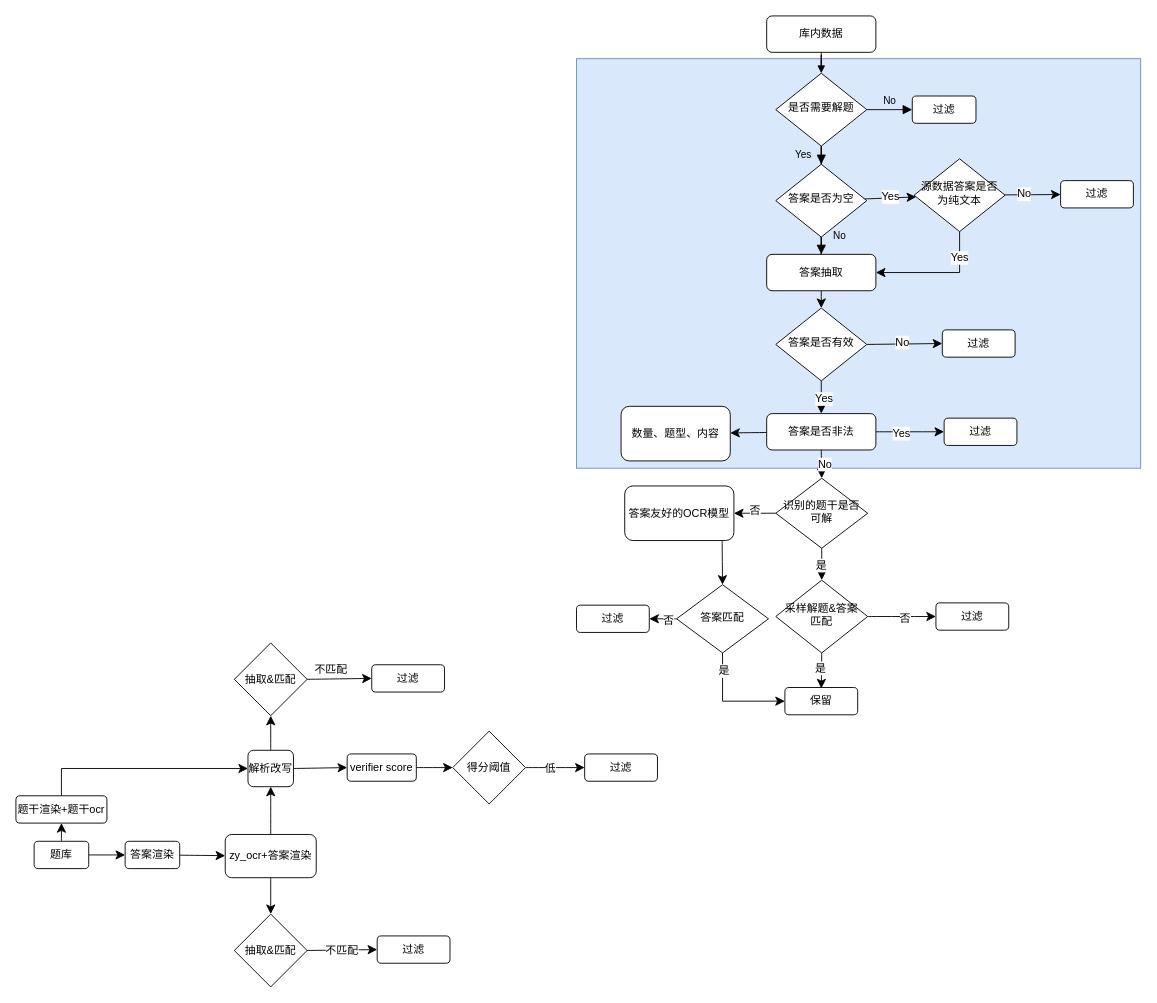
This is pics/t.drawio from QinHsiu/plot_demo, a draw.io file, before an edit. Source tidied: cells renumbered, new cells numbered last; positions are measured from the earlier drawing's top-left corner, leaving out a move shared by most shapes. Both pictures are drawn from the tidied source at 91%, with x=0, y=0 at pixel (15, 15).
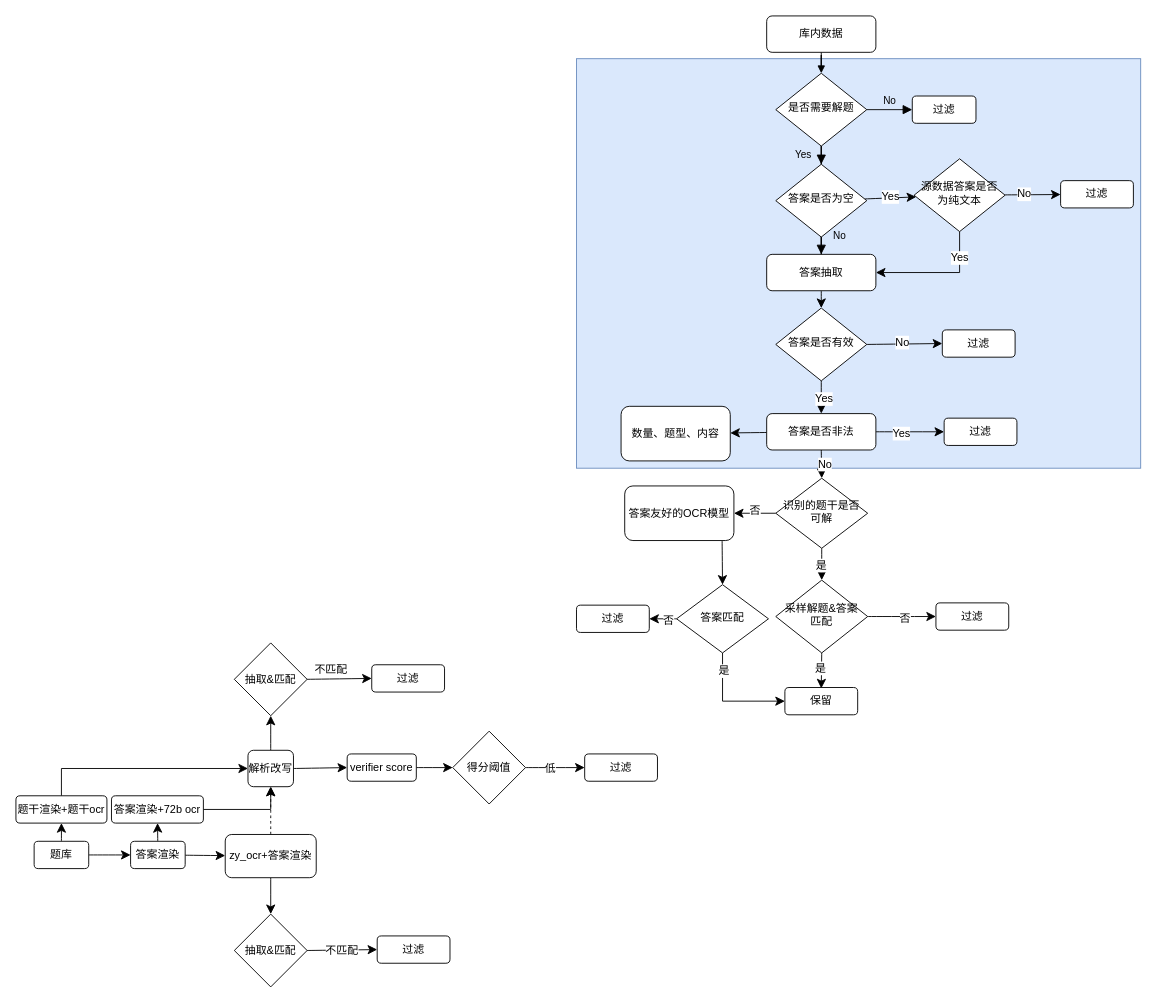
The same page after the edit.

The change refers to these unchanged cells:
```xml
<mxCell id="62" value="zy_ocr+答案渲染" style="whiteSpace=wrap;html=1;rounded=1;" parent="1" vertex="1">
  <mxGeometry x="230" y="899.5" width="100" height="47.5" as="geometry" />
</mxCell>
<mxCell id="67" value="解析改写" style="rounded=1;whiteSpace=wrap;html=1;" parent="1" vertex="1">
  <mxGeometry x="255" y="807" width="50" height="40" as="geometry" />
</mxCell>
```

What changed in the source:
```diff
@@
+    <mxCell id="82" style="edgeStyle=none;curved=1;rounded=0;jettySize=auto;html=1;fontSize=12;startSize=8;endSize=8;" parent="1" edge="1" source="59" target="84">
+      <mxGeometry relative="1" as="geometry" />
+    </mxCell>
     <mxCell id="59" value="答案渲染" style="rounded=1;whiteSpace=wrap;html=1;" parent="1" vertex="1">
-      <mxGeometry x="120" y="907" width="60" height="30" as="geometry" />
+      <mxGeometry x="126" y="907" width="60" height="30" as="geometry" />
     </mxCell>
-    <mxCell id="60" style="edgeStyle=none;curved=1;rounded=0;jettySize=auto;html=1;exitX=0.5;exitY=0;exitDx=0;exitDy=0;entryX=0.5;entryY=1;entryDx=0;entryDy=0;fontSize=12;startSize=8;endSize=8;" parent="1" edge="1" source="62" target="67">
+    <mxCell id="60" style="edgeStyle=orthogonalEdgeStyle;rounded=0;jettySize=auto;html=1;exitX=1;exitY=0.5;exitDx=0;exitDy=0;entryX=0.5;entryY=1;entryDx=0;entryDy=0;fontSize=12;startSize=8;endSize=8;" parent="1" edge="1" source="84" target="67">
       <mxGeometry relative="1" as="geometry" />
     </mxCell>
@@
+    <mxCell id="83" style="edgeStyle=none;curved=1;rounded=0;jettySize=auto;html=1;exitX=0.5;exitY=0;exitDx=0;exitDy=0;entryX=0.5;entryY=1;entryDx=0;entryDy=0;fontSize=12;startSize=8;endSize=8;dashed=1;" parent="1" edge="1" source="62" target="67">
+      <mxGeometry relative="1" as="geometry" />
+    </mxCell>
@@
+    <mxCell id="84" value="答案渲染+72b ocr" style="whiteSpace=wrap;html=1;rounded=1;" parent="1" vertex="1">
+      <mxGeometry x="105" y="857" width="101" height="30" as="geometry" />
+    </mxCell>
```
